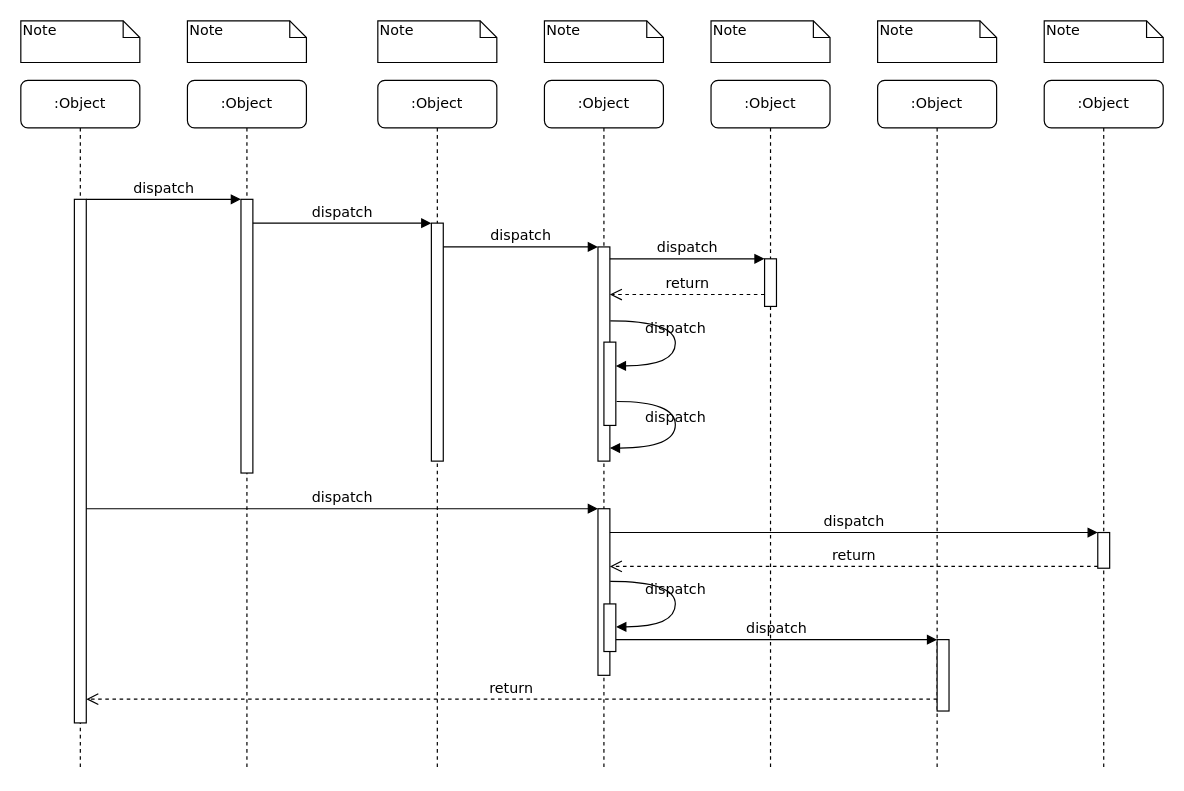
Before: 商品上传顺序图.drawio in 200928/image, a draw.io diagram. Source tidied: cells renumbered, new cells numbered last; positions are measured from the earlier drawing's top-left corner, leaving out a move shared by most shapes. Both pictures are drawn from the tidied source at 119%, with x=0, y=0 at pixel (20, 20).
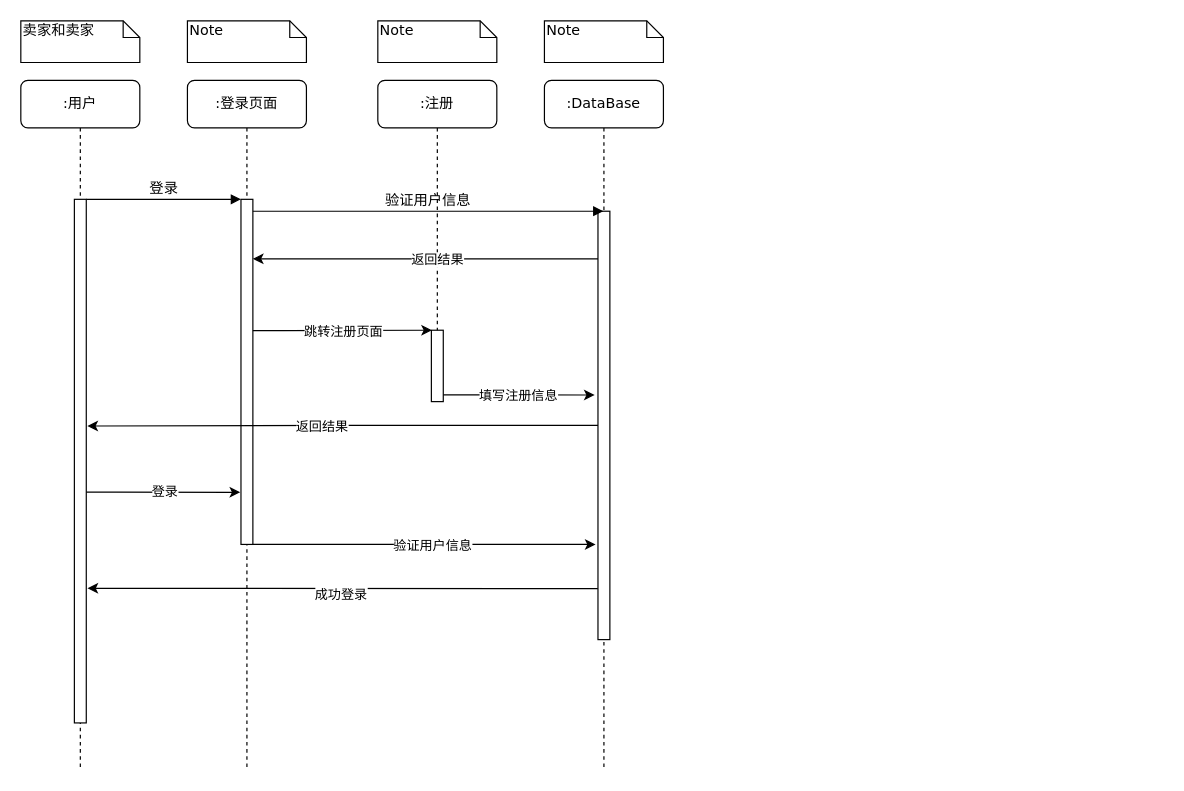
The same page after the edit.

Commit message (it also covers changes not shown here):
更新商品上传顺序图.drawio

The change refers to these unchanged cells:
```xml
<mxCell id="11" style="html=1;points=[];perimeter=orthogonalPerimeter;rounded=0;shadow=0;comic=0;labelBackgroundColor=none;strokeWidth=1;fontFamily=Verdana;fontSize=12;align=center;" parent="10" vertex="1">
  <mxGeometry x="45" y="100" width="10" height="440" as="geometry" />
</mxCell>
```

The edit, as a diff of the source:
```diff
@@
-    <mxCell id="2" value=":Object" style="shape=umlLifeline;perimeter=lifelinePerimeter;whiteSpace=wrap;html=1;rounded=1;shadow=0;comic=0;labelBackgroundColor=none;strokeWidth=1;fontFamily=Verdana;fontSize=12;align=center;" parent="1" vertex="1">
+    <mxCell id="2" value=":登录页面" style="shape=umlLifeline;perimeter=lifelinePerimeter;whiteSpace=wrap;html=1;rounded=1;shadow=0;comic=0;labelBackgroundColor=none;strokeWidth=1;fontFamily=Verdana;fontSize=12;align=center;" parent="1" vertex="1">
       <mxGeometry x="140" y="50" width="100" height="580" as="geometry" />
     </mxCell>
     <mxCell id="3" style="html=1;points=[];perimeter=orthogonalPerimeter;rounded=0;shadow=0;comic=0;labelBackgroundColor=none;strokeWidth=1;fontFamily=Verdana;fontSize=12;align=center;" parent="2" vertex="1">
-      <mxGeometry x="45" y="100" width="10" height="230" as="geometry" />
+      <mxGeometry x="45" y="100" width="10" height="290" as="geometry" />
     </mxCell>
-    <mxCell id="4" value=":Object" style="shape=umlLifeline;perimeter=lifelinePerimeter;whiteSpace=wrap;html=1;rounded=1;shadow=0;comic=0;labelBackgroundColor=none;strokeWidth=1;fontFamily=Verdana;fontSize=12;align=center;" parent="1" vertex="1">
-      <mxGeometry x="300" y="50" width="100" height="580" as="geometry" />
+    <mxCell id="4" value=":注册" style="shape=umlLifeline;perimeter=lifelinePerimeter;whiteSpace=wrap;html=1;rounded=1;shadow=0;comic=0;labelBackgroundColor=none;strokeWidth=1;fontFamily=Verdana;fontSize=12;align=center;" parent="1" vertex="1">
+      <mxGeometry x="300" y="50" width="100" height="270" as="geometry" />
     </mxCell>
     <mxCell id="5" style="html=1;points=[];perimeter=orthogonalPerimeter;rounded=0;shadow=0;comic=0;labelBackgroundColor=none;strokeWidth=1;fontFamily=Verdana;fontSize=12;align=center;" parent="4" vertex="1">
-      <mxGeometry x="45" y="120" width="10" height="200" as="geometry" />
+      <mxGeometry x="45" y="210" width="10" height="60" as="geometry" />
     </mxCell>
-    <mxCell id="6" value=":Object" style="shape=umlLifeline;perimeter=lifelinePerimeter;whiteSpace=wrap;html=1;outlineConnect=0;rounded=1;shadow=0;comic=0;labelBackgroundColor=none;strokeWidth=1;fontFamily=Verdana;fontSize=12;align=center;" parent="1" vertex="1">
+    <mxCell id="6" value=":DataBase" style="shape=umlLifeline;perimeter=lifelinePerimeter;whiteSpace=wrap;html=1;outlineConnect=0;rounded=1;shadow=0;comic=0;labelBackgroundColor=none;strokeWidth=1;fontFamily=Verdana;fontSize=12;align=center;" parent="1" vertex="1">
       <mxGeometry x="440" y="50" width="100" height="580" as="geometry" />
     </mxCell>
-    <mxCell id="7" value=":Object" style="shape=umlLifeline;perimeter=lifelinePerimeter;whiteSpace=wrap;html=1;rounded=1;shadow=0;comic=0;labelBackgroundColor=none;strokeWidth=1;fontFamily=Verdana;fontSize=12;align=center;" parent="1" vertex="1">
-      <mxGeometry x="580" y="50" width="100" height="580" as="geometry" />
-    </mxCell>
-    <mxCell id="8" value=":Object" style="shape=umlLifeline;perimeter=lifelinePerimeter;whiteSpace=wrap;html=1;rounded=1;shadow=0;comic=0;labelBackgroundColor=none;strokeWidth=1;fontFamily=Verdana;fontSize=12;align=center;" parent="1" vertex="1">
-      <mxGeometry x="720" y="50" width="100" height="580" as="geometry" />
-    </mxCell>
-    <mxCell id="9" value=":Object" style="shape=umlLifeline;perimeter=lifelinePerimeter;whiteSpace=wrap;html=1;rounded=1;shadow=0;comic=0;labelBackgroundColor=none;strokeWidth=1;fontFamily=Verdana;fontSize=12;align=center;" parent="1" vertex="1">
-      <mxGeometry x="860" y="50" width="100" height="580" as="geometry" />
-    </mxCell>
+    <mxCell id="12" style="html=1;points=[];perimeter=orthogonalPerimeter;rounded=0;shadow=0;comic=0;labelBackgroundColor=none;strokeWidth=1;fontFamily=Verdana;fontSize=12;align=center;" parent="6" vertex="1">
+      <mxGeometry x="45" y="110" width="10" height="360" as="geometry" />
+    </mxCell>
-    <mxCell id="10" value=":Object" style="shape=umlLifeline;perimeter=lifelinePerimeter;whiteSpace=wrap;html=1;rounded=1;shadow=0;comic=0;labelBackgroundColor=none;strokeWidth=1;fontFamily=Verdana;fontSize=12;align=center;" parent="1" vertex="1">
+    <mxCell id="10" value=":用户" style="shape=umlLifeline;perimeter=lifelinePerimeter;whiteSpace=wrap;html=1;rounded=1;shadow=0;comic=0;labelBackgroundColor=none;strokeWidth=1;fontFamily=Verdana;fontSize=12;align=center;" parent="1" vertex="1">
       <mxGeometry y="50" width="100" height="580" as="geometry" />
     </mxCell>
@@
-    <mxCell id="12" style="html=1;points=[];perimeter=orthogonalPerimeter;rounded=0;shadow=0;comic=0;labelBackgroundColor=none;strokeWidth=1;fontFamily=Verdana;fontSize=12;align=center;" parent="1" vertex="1">
-      <mxGeometry x="485" y="190" width="10" height="180" as="geometry" />
-    </mxCell>
-    <mxCell id="13" value="dispatch" style="html=1;verticalAlign=bottom;endArrow=block;labelBackgroundColor=none;fontFamily=Verdana;fontSize=12;edgeStyle=elbowEdgeStyle;elbow=vertical;" parent="1" edge="1" source="5" target="12">
-      <mxGeometry relative="1" as="geometry">
-        <Array as="points">
-          <mxPoint x="360" y="190" />
-        </Array>
-      </mxGeometry>
-    </mxCell>
-    <mxCell id="14" style="html=1;points=[];perimeter=orthogonalPerimeter;rounded=0;shadow=0;comic=0;labelBackgroundColor=none;strokeWidth=1;fontFamily=Verdana;fontSize=12;align=center;" parent="1" vertex="1">
-      <mxGeometry x="625" y="200" width="10" height="40" as="geometry" />
-    </mxCell>
-    <mxCell id="15" value="dispatch" style="html=1;verticalAlign=bottom;endArrow=block;entryX=0;entryY=0;labelBackgroundColor=none;fontFamily=Verdana;fontSize=12;edgeStyle=elbowEdgeStyle;elbow=vertical;" parent="1" edge="1" source="12" target="14">
-      <mxGeometry relative="1" as="geometry" />
-    </mxCell>
-    <mxCell id="16" value="return" style="html=1;verticalAlign=bottom;endArrow=open;dashed=1;endSize=8;labelBackgroundColor=none;fontFamily=Verdana;fontSize=12;edgeStyle=elbowEdgeStyle;elbow=vertical;" parent="1" edge="1" source="14" target="12">
-      <mxGeometry relative="1" as="geometry">
-        <Array as="points">
-          <mxPoint x="570" y="230" />
-          <mxPoint x="600" y="230" />
-        </Array>
-      </mxGeometry>
-    </mxCell>
-    <mxCell id="17" style="html=1;points=[];perimeter=orthogonalPerimeter;rounded=0;shadow=0;comic=0;labelBackgroundColor=none;strokeWidth=1;fontFamily=Verdana;fontSize=12;align=center;" parent="1" vertex="1">
-      <mxGeometry x="485" y="410" width="10" height="140" as="geometry" />
-    </mxCell>
-    <mxCell id="18" value="dispatch" style="html=1;verticalAlign=bottom;endArrow=block;entryX=0;entryY=0;labelBackgroundColor=none;fontFamily=Verdana;fontSize=12;" parent="1" edge="1" source="11" target="17">
-      <mxGeometry relative="1" as="geometry" />
-    </mxCell>
-    <mxCell id="19" style="html=1;points=[];perimeter=orthogonalPerimeter;rounded=0;shadow=0;comic=0;labelBackgroundColor=none;strokeColor=#000000;strokeWidth=1;fillColor=#FFFFFF;fontFamily=Verdana;fontSize=12;fontColor=#000000;align=center;" parent="1" vertex="1">
-      <mxGeometry x="905" y="430" width="10" height="30" as="geometry" />
-    </mxCell>
-    <mxCell id="20" value="dispatch" style="html=1;verticalAlign=bottom;endArrow=block;entryX=0;entryY=0;labelBackgroundColor=none;fontFamily=Verdana;fontSize=12;" parent="1" edge="1" source="17" target="19">
-      <mxGeometry relative="1" as="geometry" />
-    </mxCell>
-    <mxCell id="21" value="return" style="html=1;verticalAlign=bottom;endArrow=open;dashed=1;endSize=8;exitX=0;exitY=0.95;labelBackgroundColor=none;fontFamily=Verdana;fontSize=12;" parent="1" edge="1" source="19" target="17">
-      <mxGeometry relative="1" as="geometry" />
-    </mxCell>
-    <mxCell id="22" style="html=1;points=[];perimeter=orthogonalPerimeter;rounded=0;shadow=0;comic=0;labelBackgroundColor=none;strokeWidth=1;fontFamily=Verdana;fontSize=12;align=center;" parent="1" vertex="1">
-      <mxGeometry x="770" y="520" width="10" height="60" as="geometry" />
-    </mxCell>
-    <mxCell id="23" value="dispatch" style="html=1;verticalAlign=bottom;endArrow=block;entryX=0;entryY=0;labelBackgroundColor=none;fontFamily=Verdana;fontSize=12;edgeStyle=elbowEdgeStyle;elbow=vertical;" parent="1" edge="1" source="30" target="22">
-      <mxGeometry relative="1" as="geometry" />
-    </mxCell>
-    <mxCell id="24" value="return" style="html=1;verticalAlign=bottom;endArrow=open;dashed=1;endSize=8;labelBackgroundColor=none;fontFamily=Verdana;fontSize=12;edgeStyle=elbowEdgeStyle;elbow=vertical;" parent="1" edge="1" source="22" target="11">
-      <mxGeometry relative="1" as="geometry">
-        <Array as="points">
-          <mxPoint x="470" y="570" />
-        </Array>
-      </mxGeometry>
-    </mxCell>
+    <mxCell id="39" style="edgeStyle=orthogonalEdgeStyle;rounded=0;jettySize=auto;html=1;" parent="1" edge="1" source="12" target="3">
+      <mxGeometry relative="1" as="geometry">
+        <Array as="points">
+          <mxPoint x="390" y="200" />
+          <mxPoint x="390" y="200" />
+        </Array>
+      </mxGeometry>
+    </mxCell>
+    <mxCell id="40" value="返回结果" style="edgeLabel;html=1;align=center;verticalAlign=middle;" parent="39" vertex="1">
+      <mxGeometry x="0.19" y="2" relative="1" as="geometry">
+        <mxPoint x="37" y="-2" as="offset" />
+      </mxGeometry>
+    </mxCell>
+    <mxCell id="41" style="edgeStyle=orthogonalEdgeStyle;rounded=0;jettySize=auto;html=1;entryX=1.089;entryY=0.433;entryDx=0;entryDy=0;entryPerimeter=0;" parent="1" edge="1" source="12" target="11">
+      <mxGeometry relative="1" as="geometry" />
+    </mxCell>
+    <mxCell id="42" value="返回结果" style="edgeLabel;html=1;align=center;verticalAlign=middle;" parent="41" vertex="1">
+      <mxGeometry x="0.17" relative="1" as="geometry">
+        <mxPoint x="18" as="offset" />
+      </mxGeometry>
+    </mxCell>
-    <mxCell id="25" value="dispatch" style="html=1;verticalAlign=bottom;endArrow=block;entryX=0;entryY=0;labelBackgroundColor=none;fontFamily=Verdana;fontSize=12;edgeStyle=elbowEdgeStyle;elbow=vertical;" parent="1" edge="1" source="11" target="3">
+    <mxCell id="25" value="登录" style="html=1;verticalAlign=bottom;endArrow=block;entryX=0;entryY=0;labelBackgroundColor=none;fontFamily=Verdana;fontSize=12;edgeStyle=elbowEdgeStyle;elbow=vertical;" parent="1" edge="1" source="11" target="3">
       <mxGeometry relative="1" as="geometry" />
     </mxCell>
-    <mxCell id="26" value="dispatch" style="html=1;verticalAlign=bottom;endArrow=block;entryX=0;entryY=0;labelBackgroundColor=none;fontFamily=Verdana;fontSize=12;edgeStyle=elbowEdgeStyle;elbow=vertical;" parent="1" edge="1" source="3" target="5">
-      <mxGeometry relative="1" as="geometry" />
+    <mxCell id="26" value="验证用户信息" style="html=1;verticalAlign=bottom;endArrow=block;labelBackgroundColor=none;fontFamily=Verdana;fontSize=12;edgeStyle=elbowEdgeStyle;elbow=vertical;" parent="1" edge="1" source="3" target="6">
+      <mxGeometry relative="1" as="geometry">
+        <Array as="points">
+          <mxPoint x="410" y="160" />
+        </Array>
+      </mxGeometry>
     </mxCell>
-    <mxCell id="27" style="html=1;points=[];perimeter=orthogonalPerimeter;rounded=0;shadow=0;comic=0;labelBackgroundColor=none;strokeWidth=1;fontFamily=Verdana;fontSize=12;align=center;" parent="1" vertex="1">
-      <mxGeometry x="490" y="270" width="10" height="70" as="geometry" />
-    </mxCell>
-    <mxCell id="28" value="dispatch" style="html=1;verticalAlign=bottom;endArrow=block;labelBackgroundColor=none;fontFamily=Verdana;fontSize=12;elbow=vertical;edgeStyle=orthogonalEdgeStyle;curved=1;entryX=1;entryY=0.286;entryPerimeter=0;exitX=1.038;exitY=0.345;exitPerimeter=0;" parent="1" edge="1" source="12" target="27">
-      <mxGeometry relative="1" as="geometry">
-        <Array as="points">
-          <mxPoint x="550" y="252" />
-          <mxPoint x="550" y="290" />
-        </Array>
-      </mxGeometry>
-    </mxCell>
-    <mxCell id="29" value="dispatch" style="html=1;verticalAlign=bottom;endArrow=block;labelBackgroundColor=none;fontFamily=Verdana;fontSize=12;elbow=vertical;edgeStyle=orthogonalEdgeStyle;curved=1;exitX=1.066;exitY=0.713;exitPerimeter=0;" parent="1" edge="1" source="27">
-      <mxGeometry relative="1" as="geometry">
-        <mxPoint x="495" y="359" as="targetPoint" />
-        <Array as="points">
-          <mxPoint x="550" y="320" />
-          <mxPoint x="550" y="359" />
-        </Array>
-      </mxGeometry>
-    </mxCell>
-    <mxCell id="30" style="html=1;points=[];perimeter=orthogonalPerimeter;rounded=0;shadow=0;comic=0;labelBackgroundColor=none;strokeWidth=1;fontFamily=Verdana;fontSize=12;align=center;" parent="1" vertex="1">
-      <mxGeometry x="490" y="490" width="10" height="40" as="geometry" />
-    </mxCell>
-    <mxCell id="31" value="dispatch" style="html=1;verticalAlign=bottom;endArrow=block;labelBackgroundColor=none;fontFamily=Verdana;fontSize=12;elbow=vertical;edgeStyle=orthogonalEdgeStyle;curved=1;entryX=1;entryY=0.286;entryPerimeter=0;exitX=1.038;exitY=0.345;exitPerimeter=0;" parent="1" edge="1">
-      <mxGeometry relative="1" as="geometry">
-        <mxPoint x="495.3" y="471" as="sourcePoint" />
-        <mxPoint x="500.3" y="509.3" as="targetPoint" />
-        <Array as="points">
-          <mxPoint x="550" y="471" />
-          <mxPoint x="550" y="509" />
-        </Array>
-      </mxGeometry>
-    </mxCell>
-    <mxCell id="32" value="Note" style="shape=note;whiteSpace=wrap;html=1;size=14;verticalAlign=top;align=left;spacingTop=-6;rounded=0;shadow=0;comic=0;labelBackgroundColor=none;strokeWidth=1;fontFamily=Verdana;fontSize=12;" parent="1" vertex="1">
+    <mxCell id="32" value="卖家和卖家" style="shape=note;whiteSpace=wrap;html=1;size=14;verticalAlign=top;align=left;spacingTop=-6;rounded=0;shadow=0;comic=0;labelBackgroundColor=none;strokeWidth=1;fontFamily=Verdana;fontSize=12;" parent="1" vertex="1">
       <mxGeometry width="100" height="35" as="geometry" />
     </mxCell>
@@
-    <mxCell id="36" value="Note" style="shape=note;whiteSpace=wrap;html=1;size=14;verticalAlign=top;align=left;spacingTop=-6;rounded=0;shadow=0;comic=0;labelBackgroundColor=none;strokeWidth=1;fontFamily=Verdana;fontSize=12;" parent="1" vertex="1">
-      <mxGeometry x="580" width="100" height="35" as="geometry" />
-    </mxCell>
-    <mxCell id="37" value="Note" style="shape=note;whiteSpace=wrap;html=1;size=14;verticalAlign=top;align=left;spacingTop=-6;rounded=0;shadow=0;comic=0;labelBackgroundColor=none;strokeWidth=1;fontFamily=Verdana;fontSize=12;" parent="1" vertex="1">
-      <mxGeometry x="720" width="100" height="35" as="geometry" />
-    </mxCell>
-    <mxCell id="38" value="Note" style="shape=note;whiteSpace=wrap;html=1;size=14;verticalAlign=top;align=left;spacingTop=-6;rounded=0;shadow=0;comic=0;labelBackgroundColor=none;strokeWidth=1;fontFamily=Verdana;fontSize=12;" parent="1" vertex="1">
-      <mxGeometry x="860" width="100" height="35" as="geometry" />
-    </mxCell>
+    <mxCell id="43" style="edgeStyle=orthogonalEdgeStyle;rounded=0;orthogonalLoop=1;jettySize=auto;html=1;entryX=0.046;entryY=0.043;entryDx=0;entryDy=0;entryPerimeter=0;" parent="1" edge="1">
+      <mxGeometry relative="1" as="geometry">
+        <mxPoint x="195" y="260.3" as="sourcePoint" />
+        <mxPoint x="345.5" y="260" as="targetPoint" />
+        <Array as="points">
+          <mxPoint x="220" y="260.3" />
+          <mxPoint x="220" y="260.3" />
+        </Array>
+      </mxGeometry>
+    </mxCell>
+    <mxCell id="44" value="跳转注册页面" style="edgeLabel;html=1;align=center;verticalAlign=middle;" parent="43" vertex="1">
+      <mxGeometry x="-0.22" y="-1" relative="1" as="geometry">
+        <mxPoint x="16" y="-1" as="offset" />
+      </mxGeometry>
+    </mxCell>
+    <mxCell id="13" style="edgeStyle=orthogonalEdgeStyle;rounded=0;jettySize=auto;html=1;entryX=-0.278;entryY=0.429;entryDx=0;entryDy=0;entryPerimeter=0;" parent="1" edge="1" source="5" target="12">
+      <mxGeometry relative="1" as="geometry">
+        <Array as="points">
+          <mxPoint x="420" y="314" />
+        </Array>
+      </mxGeometry>
+    </mxCell>
+    <mxCell id="45" value="填写注册信息" style="edgeLabel;html=1;align=center;verticalAlign=middle;" parent="13" vertex="1">
+      <mxGeometry x="-0.29" y="1" relative="1" as="geometry">
+        <mxPoint x="17" y="1" as="offset" />
+      </mxGeometry>
+    </mxCell>
+    <mxCell id="46" style="edgeStyle=orthogonalEdgeStyle;rounded=0;jettySize=auto;html=1;entryX=-0.062;entryY=0.849;entryDx=0;entryDy=0;entryPerimeter=0;" parent="1" edge="1" source="11" target="3">
+      <mxGeometry relative="1" as="geometry">
+        <Array as="points">
+          <mxPoint x="80" y="396" />
+          <mxPoint x="80" y="396" />
+        </Array>
+      </mxGeometry>
+    </mxCell>
+    <mxCell id="47" value="登录" style="edgeLabel;html=1;align=center;verticalAlign=middle;" parent="46" vertex="1">
+      <mxGeometry x="-0.15" y="-1" relative="1" as="geometry">
+        <mxPoint x="11" y="-2" as="offset" />
+      </mxGeometry>
+    </mxCell>
+    <mxCell id="48" style="edgeStyle=orthogonalEdgeStyle;rounded=0;jettySize=auto;html=1;" parent="1" edge="1" source="3">
+      <mxGeometry relative="1" as="geometry">
+        <mxPoint x="483" y="440" as="targetPoint" />
+        <Array as="points">
+          <mxPoint x="483" y="440" />
+        </Array>
+      </mxGeometry>
+    </mxCell>
+    <mxCell id="49" value="验证用户信息" style="edgeLabel;html=1;align=center;verticalAlign=middle;" parent="48" vertex="1">
+      <mxGeometry x="-0.11" y="2" relative="1" as="geometry">
+        <mxPoint x="22" y="2" as="offset" />
+      </mxGeometry>
+    </mxCell>
+    <mxCell id="50" style="endArrow=classic;html=1;rounded=0;entryX=1.1;entryY=0.743;entryDx=0;entryDy=0;entryPerimeter=0;exitX=-0.011;exitY=0.881;exitDx=0;exitDy=0;exitPerimeter=0;" parent="1" edge="1" source="12" target="11">
+      <mxGeometry relative="1" as="geometry" />
+    </mxCell>
+    <mxCell id="51" value="成功登录" style="edgeLabel;html=1;align=center;verticalAlign=middle;" parent="50" vertex="1">
+      <mxGeometry x="-0.1" y="4" relative="1" as="geometry">
+        <mxPoint x="-23" as="offset" />
+      </mxGeometry>
+    </mxCell>
```
